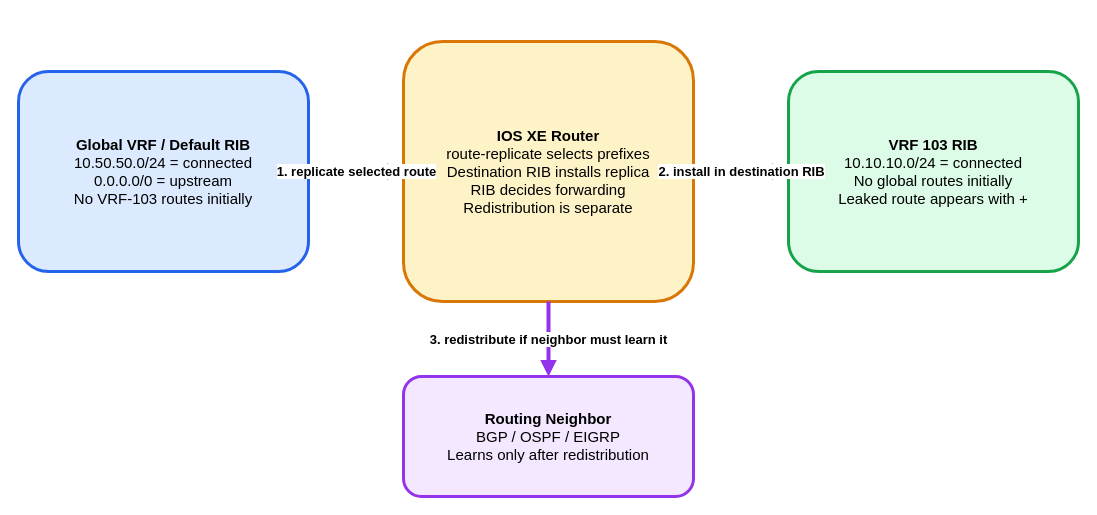
Earlier version of the draw.io diagram images/09-13-26-09-27_route_leaking_mental_model.drawio (ccaiccie/knowledge). Source tidied: cells renumbered, new cells numbered last; positions are measured from the earlier drawing's top-left corner, leaving out a move shared by most shapes. Both pictures are drawn from the tidied source at 100%, with x=0, y=0 at pixel (18, 41).
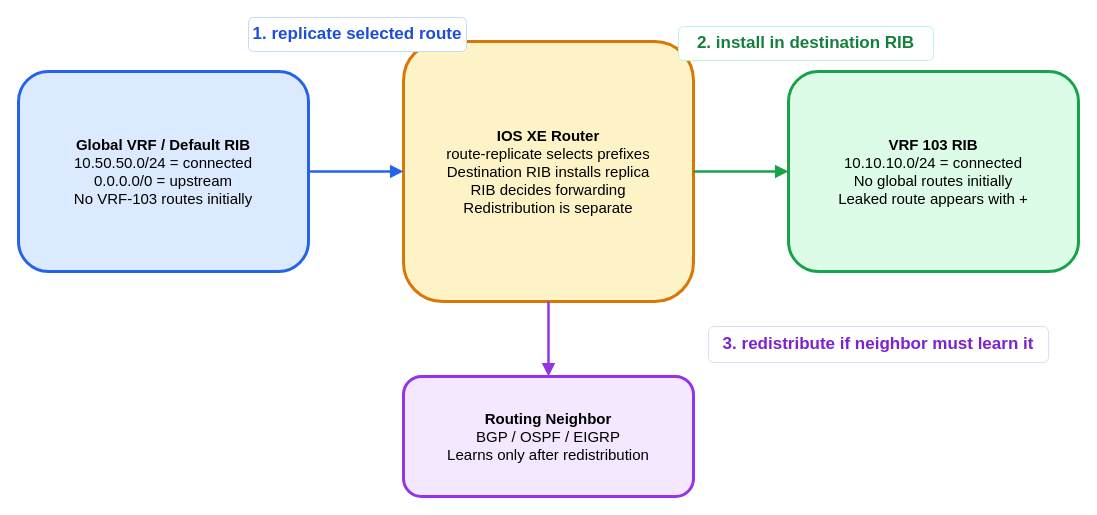
Above is the later version.

Commit message:
Sync draw.io source with improved route leaking diagram

What changed in the source:
```diff
@@
 <mxGraphModel>
   <root>
     <mxCell id="0" />
     <mxCell id="1" parent="0" />
     <mxCell id="2" value="&lt;b&gt;Global VRF / Default RIB&lt;/b&gt;&lt;br&gt;10.50.50.0/24 = connected&lt;br&gt;0.0.0.0/0 = upstream&lt;br&gt;No VRF-103 routes initially" style="rounded=1;whiteSpace=wrap;html=1;fillColor=#dbeafe;strokeColor=#2563eb;strokeWidth=3;fontSize=15;" parent="1" vertex="1">
       <mxGeometry y="30" width="290" height="200" as="geometry" />
     </mxCell>
     <mxCell id="3" value="&lt;b&gt;IOS XE Router&lt;/b&gt;&lt;br&gt;route-replicate selects prefixes&lt;br&gt;Destination RIB installs replica&lt;br&gt;RIB decides forwarding&lt;br&gt;Redistribution is separate" style="rounded=1;whiteSpace=wrap;html=1;fillColor=#fef3c7;strokeColor=#d97706;strokeWidth=3;fontSize=15;" parent="1" vertex="1">
       <mxGeometry x="385" width="290" height="260" as="geometry" />
     </mxCell>
     <mxCell id="4" value="&lt;b&gt;VRF 103 RIB&lt;/b&gt;&lt;br&gt;10.10.10.0/24 = connected&lt;br&gt;No global routes initially&lt;br&gt;Leaked route appears with +" style="rounded=1;whiteSpace=wrap;html=1;fillColor=#dcfce7;strokeColor=#16a34a;strokeWidth=3;fontSize=15;" parent="1" vertex="1">
       <mxGeometry x="770" y="30" width="290" height="200" as="geometry" />
     </mxCell>
     <mxCell id="5" value="&lt;b&gt;Routing Neighbor&lt;/b&gt;&lt;br&gt;BGP / OSPF / EIGRP&lt;br&gt;Learns only after redistribution" style="rounded=1;whiteSpace=wrap;html=1;fillColor=#f3e8ff;strokeColor=#9333ea;strokeWidth=3;fontSize=15;" parent="1" vertex="1">
       <mxGeometry x="385" y="335" width="290" height="120" as="geometry" />
     </mxCell>
-    <mxCell id="6" value="1. replicate selected route" style="edgeStyle=orthogonalEdgeStyle;rounded=1;jettySize=auto;html=1;strokeColor=#2563eb;strokeWidth=4;endArrow=block;endFill=1;fontStyle=1;fontSize=13;" parent="1" edge="1" source="2" target="3">
+    <mxCell id="6" style="edgeStyle=orthogonalEdgeStyle;rounded=1;jettySize=auto;html=1;strokeColor=#2563eb;strokeWidth=2.5;endArrow=block;endFill=1;endSize=7;" parent="1" edge="1" source="2" target="3">
       <mxGeometry relative="1" as="geometry" />
     </mxCell>
-    <mxCell id="7" value="2. install in destination RIB" style="edgeStyle=orthogonalEdgeStyle;rounded=1;jettySize=auto;html=1;strokeColor=#16a34a;strokeWidth=4;endArrow=block;endFill=1;fontStyle=1;fontSize=13;" parent="1" edge="1" source="3" target="4">
+    <mxCell id="7" style="edgeStyle=orthogonalEdgeStyle;rounded=1;jettySize=auto;html=1;strokeColor=#16a34a;strokeWidth=2.5;endArrow=block;endFill=1;endSize=7;" parent="1" edge="1" source="3" target="4">
       <mxGeometry relative="1" as="geometry" />
     </mxCell>
-    <mxCell id="8" value="3. redistribute if neighbor must learn it" style="edgeStyle=orthogonalEdgeStyle;rounded=1;jettySize=auto;html=1;strokeColor=#9333ea;strokeWidth=4;endArrow=block;endFill=1;fontStyle=1;fontSize=13;" parent="1" edge="1" source="3" target="5">
+    <mxCell id="8" style="edgeStyle=orthogonalEdgeStyle;rounded=1;jettySize=auto;html=1;strokeColor=#9333ea;strokeWidth=2.5;endArrow=block;endFill=1;endSize=7;" parent="1" edge="1" source="3" target="5">
       <mxGeometry relative="1" as="geometry" />
     </mxCell>
+    <mxCell id="9" value="&lt;b&gt;1. replicate selected route&lt;/b&gt;" style="rounded=1;whiteSpace=wrap;html=1;fillColor=#ffffff;strokeColor=#bfdbfe;fontColor=#1d4ed8;fontSize=17;fontStyle=1;" parent="1" vertex="1">
+      <mxGeometry x="230" y="-24" width="218" height="34" as="geometry" />
+    </mxCell>
+    <mxCell id="10" value="&lt;b&gt;2. install in destination RIB&lt;/b&gt;" style="rounded=1;whiteSpace=wrap;html=1;fillColor=#ffffff;strokeColor=#bbf7d0;fontColor=#15803d;fontSize=17;fontStyle=1;" parent="1" vertex="1">
+      <mxGeometry x="660" y="-15" width="255" height="34" as="geometry" />
+    </mxCell>
+    <mxCell id="11" value="&lt;b&gt;3. redistribute if neighbor must learn it&lt;/b&gt;" style="rounded=1;whiteSpace=wrap;html=1;fillColor=#ffffff;strokeColor=#e9d5ff;fontColor=#7e22ce;fontSize=17;fontStyle=1;" parent="1" vertex="1">
+      <mxGeometry x="690" y="285" width="340" height="36" as="geometry" />
+    </mxCell>
   </root>
 </mxGraphModel>
```
